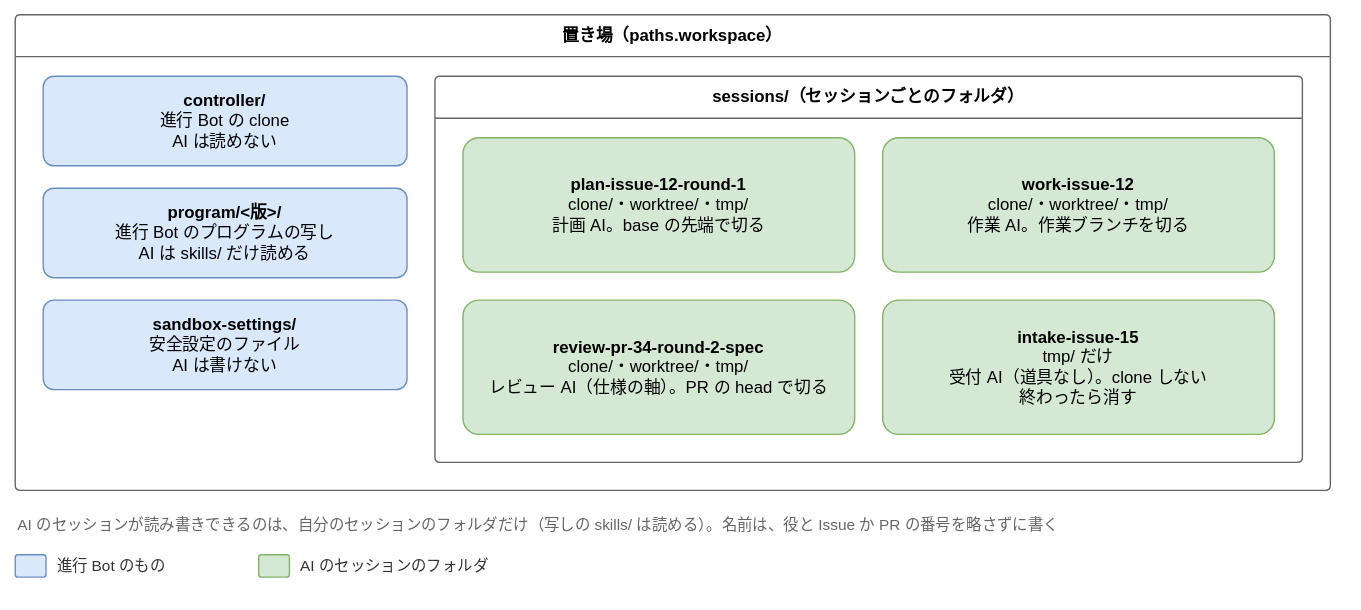
Joymerrevent/dev-autopilot keeps this draw.io diagram as docs/design/basic/diagrams/03-roles-and-workspaces.drawio.svg. Above is the earlier version. Source tidied: cells renumbered, new cells last; positions are measured from the earlier drawing's top-left corner, leaving out a move shared by most shapes.
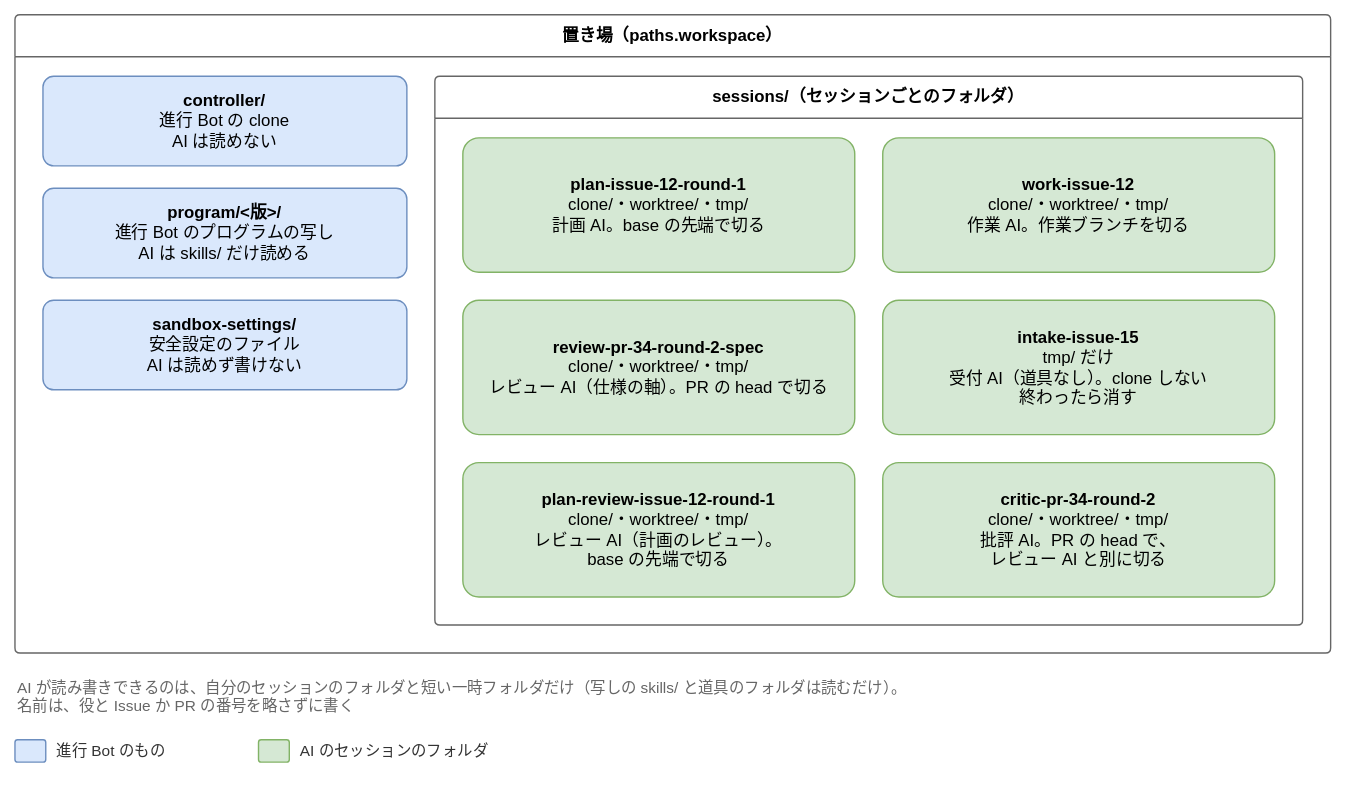
The same file after the commit.

Change to the diagram source:
```diff
@@ -3,7 +3,7 @@
     <mxCell id="0" />
     <mxCell id="1" parent="0" />
     <mxCell id="2" value="置き場（paths.workspace）" style="swimlane;startSize=30;html=1;whiteSpace=wrap;rounded=1;arcSize=4;fontStyle=1;fontSize=12;strokeColor=#666666;fillColor=none;swimlaneFillColor=none;" parent="1" vertex="1">
-      <mxGeometry width="940" height="340" as="geometry" />
+      <mxGeometry y="-132" width="940" height="456" as="geometry" />
     </mxCell>
     <mxCell id="3" value="&lt;b&gt;controller/&lt;/b&gt;&lt;br&gt;進行 Bot の clone&lt;br&gt;AI は読めない" style="rounded=1;whiteSpace=wrap;html=1;fontSize=12;arcSize=12;spacing=12;fillColor=#dae8fc;strokeColor=#6c8ebf;" parent="2" vertex="1">
       <mxGeometry x="20" y="44" width="260" height="64" as="geometry" />
@@ -11,11 +11,11 @@
     <mxCell id="4" value="&lt;b&gt;program/&amp;lt;版&amp;gt;/&lt;/b&gt;&lt;br&gt;進行 Bot のプログラムの写し&lt;br&gt;AI は skills/ だけ読める" style="rounded=1;whiteSpace=wrap;html=1;fontSize=12;arcSize=12;spacing=12;fillColor=#dae8fc;strokeColor=#6c8ebf;" parent="2" vertex="1">
       <mxGeometry x="20" y="124" width="260" height="64" as="geometry" />
     </mxCell>
-    <mxCell id="5" value="&lt;b&gt;sandbox-settings/&lt;/b&gt;&lt;br&gt;安全設定のファイル&lt;br&gt;AI は書けない" style="rounded=1;whiteSpace=wrap;html=1;fontSize=12;arcSize=12;spacing=12;fillColor=#dae8fc;strokeColor=#6c8ebf;" parent="2" vertex="1">
+    <mxCell id="5" value="&lt;b&gt;sandbox-settings/&lt;/b&gt;&lt;br&gt;安全設定のファイル&lt;br&gt;AI は読めず書けない" style="rounded=1;whiteSpace=wrap;html=1;fontSize=12;arcSize=12;spacing=12;fillColor=#dae8fc;strokeColor=#6c8ebf;" parent="2" vertex="1">
       <mxGeometry x="20" y="204" width="260" height="64" as="geometry" />
     </mxCell>
     <mxCell id="6" value="sessions/（セッションごとのフォルダ）" style="swimlane;startSize=30;html=1;whiteSpace=wrap;rounded=1;arcSize=4;fontStyle=1;fontSize=12;strokeColor=#666666;fillColor=none;swimlaneFillColor=none;" parent="1" vertex="1">
-      <mxGeometry x="300" y="44" width="620" height="276" as="geometry" />
+      <mxGeometry x="300" y="-88" width="620" height="392" as="geometry" />
     </mxCell>
     <mxCell id="7" value="&lt;b&gt;plan-issue-12-round-1&lt;/b&gt;&lt;br&gt;clone/・worktree/・tmp/&lt;br&gt;計画 AI。base の先端で切る" style="rounded=1;whiteSpace=wrap;html=1;fontSize=12;arcSize=12;spacing=12;fillColor=#d5e8d4;strokeColor=#82b366;" parent="6" vertex="1">
       <mxGeometry x="20" y="44" width="280" height="96" as="geometry" />
@@ -29,8 +29,14 @@
     <mxCell id="10" value="&lt;b&gt;intake-issue-15&lt;/b&gt;&lt;br&gt;tmp/ だけ&lt;br&gt;受付 AI（道具なし）。clone しない&lt;br&gt;終わったら消す" style="rounded=1;whiteSpace=wrap;html=1;fontSize=12;arcSize=12;spacing=12;fillColor=#d5e8d4;strokeColor=#82b366;" parent="6" vertex="1">
       <mxGeometry x="320" y="160" width="280" height="96" as="geometry" />
     </mxCell>
+    <mxCell id="16" value="&lt;b&gt;plan-review-issue-12-round-1&lt;/b&gt;&lt;br&gt;clone/・worktree/・tmp/&lt;br&gt;レビュー AI（計画のレビュー）。&lt;br&gt;base の先端で切る" style="rounded=1;whiteSpace=wrap;html=1;fontSize=12;arcSize=12;spacing=12;fillColor=#d5e8d4;strokeColor=#82b366;" parent="6" vertex="1">
+      <mxGeometry x="20" y="276" width="280" height="96" as="geometry" />
+    </mxCell>
+    <mxCell id="17" value="&lt;b&gt;critic-pr-34-round-2&lt;/b&gt;&lt;br&gt;clone/・worktree/・tmp/&lt;br&gt;批評 AI。PR の head で、&lt;br&gt;レビュー AI と別に切る" style="rounded=1;whiteSpace=wrap;html=1;fontSize=12;arcSize=12;spacing=12;fillColor=#d5e8d4;strokeColor=#82b366;" parent="6" vertex="1">
+      <mxGeometry x="320" y="276" width="280" height="96" as="geometry" />
+    </mxCell>
-    <mxCell id="11" value="AI のセッションが読み書きできるのは、自分のセッションのフォルダだけ（写しの skills/ は読める）。名前は、役と Issue か PR の番号を略さずに書く" style="text;html=1;whiteSpace=wrap;align=left;verticalAlign=top;fontSize=11;fontColor=#666666;" parent="1" vertex="1">
-      <mxGeometry y="352" width="940" height="40" as="geometry" />
+    <mxCell id="11" value="AI が読み書きできるのは、自分のセッションのフォルダと短い一時フォルダだけ（写しの skills/ と道具のフォルダは読むだけ）。&lt;br&gt;名前は、役と Issue か PR の番号を略さずに書く" style="text;html=1;whiteSpace=wrap;align=left;verticalAlign=top;fontSize=11;fontColor=#666666;" parent="1" vertex="1">
+      <mxGeometry y="336" width="940" height="40" as="geometry" />
     </mxCell>
     <mxCell id="12" style="rounded=1;whiteSpace=wrap;html=1;fontSize=12;arcSize=12;spacing=12;fillColor=#dae8fc;strokeColor=#6c8ebf;" parent="1" vertex="1">
       <mxGeometry y="386" width="22" height="16" as="geometry" />
```
